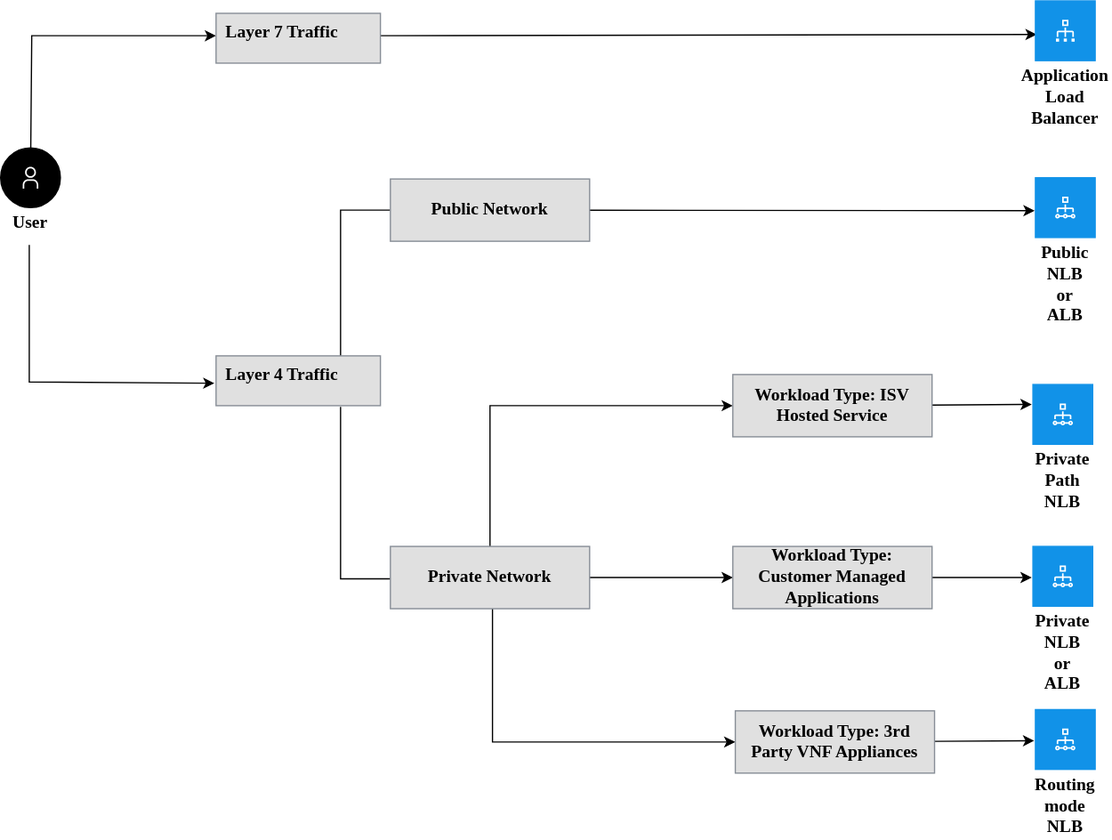
The draw.io diagram images/loadbalancer_decision_tree.svg in ibm-cloud-docs/vpc, before a commit. Source tidied: cells renumbered, new cells last; positions are measured from the earlier drawing's top-left corner, leaving out a move shared by most shapes.
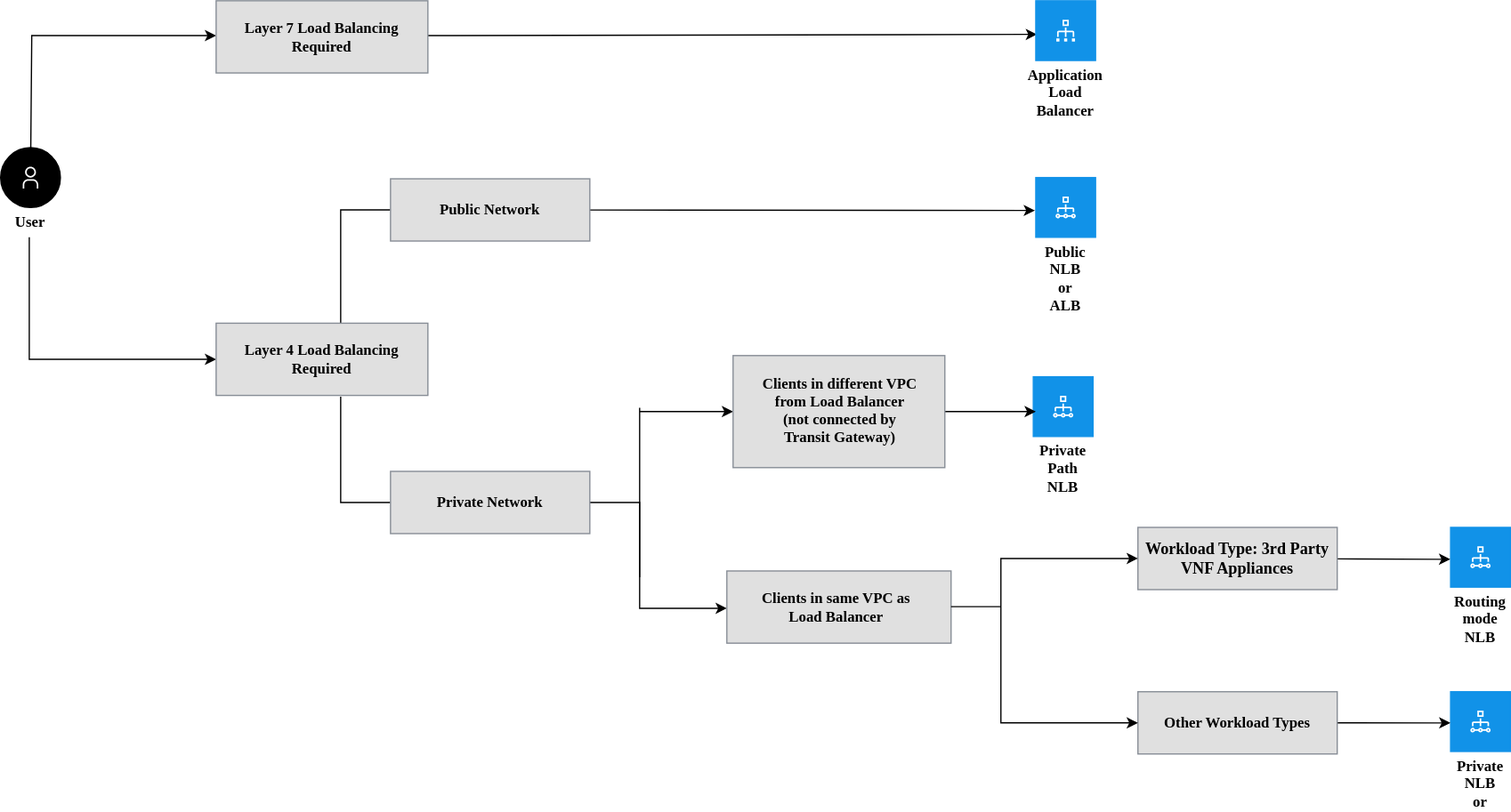
Later version of the same file.

What changed in the source:
```diff
@@ -4,4 +4,5 @@
     <mxCell id="1" parent="0" />
-    <mxCell id="2" style="endArrow=classic;html=1;rounded=0;fontColor=#000000;exitX=0.985;exitY=0.45;exitDx=0;exitDy=0;exitPerimeter=0;" parent="1" edge="1" source="13">
+    <mxCell id="2" style="endArrow=classic;html=1;rounded=0;fontColor=#000000;" parent="1" edge="1">
       <mxGeometry relative="1" as="geometry">
+        <mxPoint x="343" y="28" as="sourcePoint" />
         <mxPoint x="832" y="27" as="targetPoint" />
@@ -25,7 +26,7 @@
     </mxCell>
-    <mxCell id="5" style="endArrow=classic;html=1;rounded=0;fontColor=#000000;entryX=-0.01;entryY=0.55;entryDx=0;entryDy=0;entryPerimeter=0;" parent="1" edge="1" target="11">
+    <mxCell id="5" style="endArrow=classic;html=1;rounded=0;fontColor=#000000;entryX=0;entryY=0.5;entryDx=0;entryDy=0;" parent="1" edge="1" target="30">
       <mxGeometry relative="1" as="geometry">
-        <mxPoint x="23" y="196" as="sourcePoint" />
+        <mxPoint x="23" y="190" as="sourcePoint" />
         <Array as="points">
-          <mxPoint x="23" y="306" />
+          <mxPoint x="23" y="288" />
         </Array>
@@ -33,4 +34,4 @@
     </mxCell>
-    <object id="6" label="&lt;b style='font-weight:600'&gt;%Primary-Label%&lt;/b&gt;&lt;br&gt;%Secondary-Text%" Badge-Text="" Icon-Name="load-balancer--network" Primary-Label="Public NLB or ALB" Secondary-Text="" placeholders="1">
-      <mxCell style="shape=mxgraph.ibm.base;ibmType=nodep;ibmLayout=collapsed;strokeColor=#1192e8;fillColor=none;html=1;whiteSpace=wrap;fontFamily=IBM Plex Sans;fontSize=14;image=;align=center;verticalAlign=top;labelPosition=center;verticalLabelPosition=bottom;spacing=0;spacingLeft=16;spacingRight=16;spacingTop=0;spacingBottom=4;fontColor=#000000;" parent="1" vertex="1">
+    <object id="6" label="&lt;b style=&quot;font-weight: 600; font-size: 12px;&quot;&gt;%Primary-Label%&lt;/b&gt;&lt;br style=&quot;font-size: 12px;&quot;&gt;%Secondary-Text%" Badge-Text="" Icon-Name="load-balancer--network" Primary-Label="Public NLB or ALB" Secondary-Text="" placeholders="1">
+      <mxCell style="shape=mxgraph.ibm.base;ibmType=nodep;ibmLayout=collapsed;strokeColor=#1192e8;fillColor=none;html=1;whiteSpace=wrap;fontFamily=IBM Plex Sans;fontSize=12;image=;align=center;verticalAlign=top;labelPosition=center;verticalLabelPosition=bottom;spacing=0;spacingLeft=16;spacingRight=16;spacingTop=0;spacingBottom=4;fontColor=#000000;" parent="1" vertex="1">
         <mxGeometry x="831" y="142" width="48" height="48" as="geometry" />
@@ -38,19 +39,19 @@
     </object>
-    <object id="7" label="&lt;b style='font-weight:600'&gt;%Primary-Label%&lt;/b&gt;&lt;br&gt;%Secondary-Text%" Badge-Text="" Icon-Name="load-balancer--network" Primary-Label="Private NLB or ALB" Secondary-Text="" placeholders="1">
-      <mxCell style="shape=mxgraph.ibm.base;ibmType=nodep;ibmLayout=collapsed;strokeColor=#1192e8;fillColor=none;html=1;whiteSpace=wrap;fontFamily=IBM Plex Sans;fontSize=14;image=;align=center;verticalAlign=top;labelPosition=center;verticalLabelPosition=bottom;spacing=0;spacingLeft=16;spacingRight=16;spacingTop=0;spacingBottom=4;fontColor=#000000;" parent="1" vertex="1">
-        <mxGeometry x="829" y="438" width="48" height="48" as="geometry" />
+    <object id="7" label="&lt;b style=&quot;font-weight: 600; font-size: 12px;&quot;&gt;%Primary-Label%&lt;/b&gt;&lt;br style=&quot;font-size: 12px;&quot;&gt;%Secondary-Text%" Badge-Text="" Icon-Name="load-balancer--network" Primary-Label="Routing mode NLB" Secondary-Text="" placeholders="1">
+      <mxCell style="shape=mxgraph.ibm.base;ibmType=nodep;ibmLayout=collapsed;strokeColor=#1192e8;fillColor=none;html=1;whiteSpace=wrap;fontFamily=IBM Plex Sans;fontSize=12;image=;align=center;verticalAlign=top;labelPosition=center;verticalLabelPosition=bottom;spacing=0;spacingLeft=16;spacingRight=16;spacingTop=0;spacingBottom=4;fontColor=#000000;" parent="1" vertex="1">
+        <mxGeometry x="1164" y="423" width="48" height="48" as="geometry" />
       </mxCell>
     </object>
-    <object id="8" label="&lt;b style='font-weight:600'&gt;%Primary-Label%&lt;/b&gt;&lt;br&gt;%Secondary-Text%" Badge-Text="" Icon-Name="load-balancer--network" Primary-Label="Routing mode NLB" Secondary-Text="" placeholders="1">
-      <mxCell style="shape=mxgraph.ibm.base;ibmType=nodep;ibmLayout=collapsed;strokeColor=#1192e8;fillColor=none;html=1;whiteSpace=wrap;fontFamily=IBM Plex Sans;fontSize=14;image=;align=center;verticalAlign=top;labelPosition=center;verticalLabelPosition=bottom;spacing=0;spacingLeft=16;spacingRight=16;spacingTop=0;spacingBottom=4;fontColor=#000000;" parent="1" vertex="1">
-        <mxGeometry x="831" y="569" width="48" height="48" as="geometry" />
+    <object id="8" label="&lt;b style=&quot;font-weight: 600; font-size: 12px;&quot;&gt;%Primary-Label%&lt;/b&gt;&lt;br style=&quot;font-size: 12px;&quot;&gt;%Secondary-Text%" Badge-Text="" Icon-Name="load-balancer--network" Primary-Label="Private NLB or ALB" Secondary-Text="" placeholders="1">
+      <mxCell style="shape=mxgraph.ibm.base;ibmType=nodep;ibmLayout=collapsed;strokeColor=#1192e8;fillColor=none;html=1;whiteSpace=wrap;fontFamily=IBM Plex Sans;fontSize=12;image=;align=center;verticalAlign=top;labelPosition=center;verticalLabelPosition=bottom;spacing=0;spacingLeft=16;spacingRight=16;spacingTop=0;spacingBottom=4;fontColor=#000000;" parent="1" vertex="1">
+        <mxGeometry x="1164" y="555" width="48" height="48" as="geometry" />
       </mxCell>
     </object>
-    <object id="9" label="&lt;b style='font-weight:600'&gt;%Primary-Label%&lt;/b&gt;&lt;br&gt;%Secondary-Text%" Badge-Text="" Icon-Name="load-balancer--network" Primary-Label="Private Path NLB" Secondary-Text="" placeholders="1">
-      <mxCell style="shape=mxgraph.ibm.base;ibmType=nodep;ibmLayout=collapsed;strokeColor=#1192e8;fillColor=none;html=1;whiteSpace=wrap;fontFamily=IBM Plex Sans;fontSize=14;image=;align=center;verticalAlign=top;labelPosition=center;verticalLabelPosition=bottom;spacing=0;spacingLeft=16;spacingRight=16;spacingTop=0;spacingBottom=4;fontColor=#000000;" parent="1" vertex="1">
-        <mxGeometry x="829" y="308" width="48" height="48" as="geometry" />
+    <object id="9" label="&lt;b style=&quot;font-weight: 600; font-size: 12px;&quot;&gt;%Primary-Label%&lt;/b&gt;&lt;br style=&quot;font-size: 12px;&quot;&gt;%Secondary-Text%" Badge-Text="" Icon-Name="load-balancer--network" Primary-Label="Private Path NLB" Secondary-Text="" placeholders="1">
+      <mxCell style="shape=mxgraph.ibm.base;ibmType=nodep;ibmLayout=collapsed;strokeColor=#1192e8;fillColor=none;html=1;whiteSpace=wrap;fontFamily=IBM Plex Sans;fontSize=12;image=;align=center;verticalAlign=top;labelPosition=center;verticalLabelPosition=bottom;spacing=0;spacingLeft=16;spacingRight=16;spacingTop=0;spacingBottom=4;fontColor=#000000;" parent="1" vertex="1">
+        <mxGeometry x="829" y="302" width="48" height="48" as="geometry" />
       </mxCell>
     </object>
-    <object id="10" label="&lt;b style='font-weight:600'&gt;%Primary-Label%&lt;/b&gt;&lt;br&gt;%Secondary-Text%" Badge-Text="" Icon-Name="user" Primary-Label="User" Secondary-Text="" placeholders="1">
-      <mxCell style="shape=mxgraph.ibm.base;ibmType=actor;ibmLayout=collapsed;strokeColor=#000000;fillColor=none;html=1;whiteSpace=wrap;fontFamily=IBM Plex Sans;fontSize=14;image=;align=center;verticalAlign=top;labelPosition=center;verticalLabelPosition=bottom;spacing=0;spacingLeft=16;spacingRight=16;spacingTop=0;spacingBottom=4;" parent="1" vertex="1">
+    <object id="10" label="&lt;b style=&quot;font-weight: 600; font-size: 12px;&quot;&gt;%Primary-Label%&lt;/b&gt;&lt;br style=&quot;font-size: 12px;&quot;&gt;%Secondary-Text%" Badge-Text="" Icon-Name="user" Primary-Label="User" Secondary-Text="" placeholders="1">
+      <mxCell style="shape=mxgraph.ibm.base;ibmType=actor;ibmLayout=collapsed;strokeColor=#000000;fillColor=none;html=1;whiteSpace=wrap;fontFamily=IBM Plex Sans;fontSize=12;image=;align=center;verticalAlign=top;labelPosition=center;verticalLabelPosition=bottom;spacing=0;spacingLeft=16;spacingRight=16;spacingTop=0;spacingBottom=4;" parent="1" vertex="1">
         <mxGeometry y="118" width="48" height="48" as="geometry" />
@@ -58,7 +59,2 @@
     </object>
-    <object id="11" label="&lt;b style=&quot;font-weight:600&quot;&gt;%Legend-Title%&lt;/b&gt;" Legend-Title="Layer 4 Traffic" placeholders="1">
-      <mxCell style="shape=mxgraph.ibm.legend;ibmType=legendh;strokeColor=#878d96;fillColor=#E0E0E0;fontColor=#000000;html=1;whiteSpace=wrap;fontFamily=IBM Plex Sans;fontSize=14;stackUnitSize=16;allowGaps=0;stackFill=0;align=left;verticalAlign=middle;labelPosition=center;verticalLabelPosition=middle;spacing=0;spacingLeft=0;spacingRight=0;spacingTop=0;spacingBottom=0;noLabel=0;" parent="1" vertex="1">
-        <mxGeometry x="173" y="285" width="132" height="40" as="geometry" />
-      </mxCell>
-    </object>
     <mxCell id="12" style="endArrow=classic;html=1;rounded=0;fontColor=#000000;startArrow=none;entryX=-0.014;entryY=0.551;entryDx=0;entryDy=0;entryPerimeter=0;" parent="1" edge="1" source="26" target="6">
@@ -66,9 +62,4 @@
     </mxCell>
-    <object id="13" label="&lt;b style=&quot;font-weight:600&quot;&gt;%Legend-Title%&lt;/b&gt;" Legend-Title="Layer 7 Traffic" placeholders="1">
-      <mxCell style="shape=mxgraph.ibm.legend;ibmType=legendh;strokeColor=#878d96;fillColor=#E0E0E0;fontColor=#000000;html=1;whiteSpace=wrap;fontFamily=IBM Plex Sans;fontSize=14;stackUnitSize=16;allowGaps=0;stackFill=0;align=left;verticalAlign=middle;labelPosition=center;verticalLabelPosition=middle;spacing=0;spacingLeft=0;spacingRight=0;spacingTop=0;spacingBottom=0;noLabel=0;" parent="1" vertex="1">
-        <mxGeometry x="173" y="10" width="132" height="40" as="geometry" />
-      </mxCell>
-    </object>
-    <object id="14" label="&lt;b style='font-weight:600'&gt;%Primary-Label%&lt;/b&gt;&lt;br&gt;%Secondary-Text%" Badge-Text="" Icon-Name="load-balancer--classic" Primary-Label="Application Load Balancer" Secondary-Text="" placeholders="1">
-      <mxCell style="shape=mxgraph.ibm.base;ibmType=nodep;ibmLayout=collapsed;strokeColor=#1192e8;fillColor=none;html=1;whiteSpace=wrap;fontFamily=IBM Plex Sans;fontSize=14;image=;align=center;verticalAlign=top;labelPosition=center;verticalLabelPosition=bottom;spacing=0;spacingLeft=16;spacingRight=16;spacingTop=0;spacingBottom=4;" parent="1" vertex="1">
+    <object id="14" label="&lt;b style=&quot;font-weight: 600; font-size: 12px;&quot;&gt;%Primary-Label%&lt;/b&gt;&lt;br style=&quot;font-size: 12px;&quot;&gt;%Secondary-Text%" Badge-Text="" Icon-Name="load-balancer--classic" Primary-Label="Application Load Balancer" Secondary-Text="" placeholders="1">
+      <mxCell style="shape=mxgraph.ibm.base;ibmType=nodep;ibmLayout=collapsed;strokeColor=#1192e8;fillColor=none;html=1;whiteSpace=wrap;fontFamily=IBM Plex Sans;fontSize=12;image=;align=center;verticalAlign=top;labelPosition=center;verticalLabelPosition=bottom;spacing=0;spacingLeft=16;spacingRight=16;spacingTop=0;spacingBottom=4;" parent="1" vertex="1">
         <mxGeometry x="831" width="48" height="48" as="geometry" />
@@ -82,16 +73,14 @@
     </mxCell>
-    <mxCell id="16" style="edgeStyle=orthogonalEdgeStyle;rounded=0;jettySize=auto;html=1;entryX=0;entryY=0.5;entryDx=0;entryDy=0;" parent="1" edge="1" source="27" target="21">
-      <mxGeometry relative="1" as="geometry">
-        <Array as="points">
-          <mxPoint x="393" y="325" />
-        </Array>
-      </mxGeometry>
-    </mxCell>
-    <mxCell id="17" style="edgeStyle=orthogonalEdgeStyle;rounded=0;jettySize=auto;html=1;" parent="1" edge="1" source="27" target="23">
-      <mxGeometry relative="1" as="geometry" />
+    <mxCell id="17" style="edgeStyle=orthogonalEdgeStyle;rounded=0;jettySize=auto;html=1;endArrow=none;endFill=0;" parent="1" edge="1" source="27">
+      <mxGeometry relative="1" as="geometry">
+        <mxPoint x="513" y="463" as="targetPoint" />
+      </mxGeometry>
     </mxCell>
-    <mxCell id="18" style="edgeStyle=orthogonalEdgeStyle;rounded=0;jettySize=auto;html=1;entryX=0;entryY=0.5;entryDx=0;entryDy=0;fontSize=12;" parent="1" edge="1" source="27" target="25">
+    <mxCell id="18" style="edgeStyle=orthogonalEdgeStyle;rounded=0;jettySize=auto;html=1;fontSize=12;exitX=0;exitY=0.5;exitDx=0;exitDy=0;startArrow=classic;startFill=1;" parent="1" edge="1" source="32">
       <mxGeometry relative="1" as="geometry">
+        <mxPoint x="583" y="488" as="targetPoint" />
         <Array as="points">
-          <mxPoint x="395" y="595" />
+          <mxPoint x="513" y="327" />
+          <mxPoint x="513" y="488" />
+          <mxPoint x="573" y="488" />
         </Array>
@@ -99,8 +88,7 @@
     </mxCell>
-    <mxCell id="19" style="endArrow=classic;html=1;rounded=0;fontColor=#000000;exitX=0.5;exitY=1;exitDx=0;exitDy=0;entryX=0;entryY=0.5;entryDx=0;entryDy=0;" parent="1" edge="1">
+    <mxCell id="19" style="endArrow=none;html=1;rounded=0;fontColor=#000000;entryX=0;entryY=0.5;entryDx=0;entryDy=0;endFill=0;" parent="1" edge="1" target="27">
       <mxGeometry relative="1" as="geometry">
-        <mxPoint x="273" y="326" as="sourcePoint" />
-        <mxPoint x="378" y="464" as="targetPoint" />
+        <mxPoint x="273" y="318" as="sourcePoint" />
         <Array as="points">
-          <mxPoint x="273" y="464" />
+          <mxPoint x="273" y="403" />
         </Array>
@@ -108,32 +96,61 @@
     </mxCell>
-    <mxCell id="20" style="rounded=0;jettySize=auto;html=1;entryX=0;entryY=0.5;entryDx=0;entryDy=0;fontSize=12;" parent="1" edge="1" source="21">
-      <mxGeometry relative="1" as="geometry">
-        <mxPoint x="828" y="324" as="targetPoint" />
-      </mxGeometry>
+    <mxCell id="20" style="rounded=0;jettySize=auto;html=1;entryX=0.042;entryY=0.583;entryDx=0;entryDy=0;fontSize=12;exitX=1;exitY=0.5;exitDx=0;exitDy=0;entryPerimeter=0;" parent="1" edge="1" source="32" target="9">
+      <mxGeometry relative="1" as="geometry" />
     </mxCell>
-    <mxCell id="21" value="&lt;font face=&quot;IBM Plex Sans&quot;&gt;&lt;span style=&quot;font-size: 14px&quot;&gt;&lt;b&gt;Workload Type: ISV Hosted Service&lt;/b&gt;&lt;/span&gt;&lt;/font&gt;" style="rounded=0;whiteSpace=wrap;html=1;fillColor=#E0E0E0;strokeColor=#878D96;" parent="1" vertex="1">
-      <mxGeometry x="588" y="300" width="160" height="50" as="geometry" />
-    </mxCell>
-    <mxCell id="22" style="edgeStyle=none;rounded=0;jettySize=auto;html=1;fontSize=12;" parent="1" edge="1" source="23">
-      <mxGeometry relative="1" as="geometry">
-        <mxPoint x="828" y="463" as="targetPoint" />
-      </mxGeometry>
+    <mxCell id="22" style="edgeStyle=none;rounded=0;jettySize=auto;html=1;fontSize=12;entryX=-0.006;entryY=0.534;entryDx=0;entryDy=0;entryPerimeter=0;" parent="1" edge="1" source="23" target="7">
+      <mxGeometry relative="1" as="geometry" />
     </mxCell>
-    <mxCell id="23" value="&lt;font face=&quot;IBM Plex Sans&quot;&gt;&lt;span style=&quot;font-size: 14px&quot;&gt;&lt;b&gt;Workload Type: Customer Managed Applications&lt;/b&gt;&lt;/span&gt;&lt;/font&gt;" style="rounded=0;whiteSpace=wrap;html=1;fillColor=#E0E0E0;strokeColor=#878D96;" parent="1" vertex="1">
-      <mxGeometry x="588" y="438" width="160" height="50" as="geometry" />
+    <mxCell id="23" value="&lt;b style=&quot;font-family: &amp;quot;IBM Plex Sans&amp;quot;;&quot;&gt;&lt;font style=&quot;font-size: 13px;&quot;&gt;Workload Type: 3rd Party VNF Appliances&lt;/font&gt;&lt;/b&gt;" style="rounded=0;whiteSpace=wrap;html=1;fillColor=#E0E0E0;strokeColor=#878D96;" parent="1" vertex="1">
+      <mxGeometry x="913" y="423" width="160" height="50" as="geometry" />
     </mxCell>
-    <mxCell id="24" style="edgeStyle=none;rounded=0;jettySize=auto;html=1;entryX=0;entryY=0.5;entryDx=0;entryDy=0;fontSize=12;" parent="1" edge="1" source="25">
-      <mxGeometry relative="1" as="geometry">
-        <mxPoint x="830" y="594" as="targetPoint" />
-      </mxGeometry>
+    <mxCell id="24" style="edgeStyle=none;rounded=0;jettySize=auto;html=1;entryX=-0.003;entryY=0.522;entryDx=0;entryDy=0;fontSize=12;entryPerimeter=0;exitX=1;exitY=0.5;exitDx=0;exitDy=0;" parent="1" edge="1" source="25" target="8">
+      <mxGeometry relative="1" as="geometry" />
     </mxCell>
-    <mxCell id="25" value="&lt;font face=&quot;IBM Plex Sans&quot;&gt;&lt;span style=&quot;font-size: 14px&quot;&gt;&lt;b&gt;Workload Type: 3rd Party VNF Appliances&lt;/b&gt;&lt;/span&gt;&lt;/font&gt;" style="rounded=0;whiteSpace=wrap;html=1;fillColor=#E0E0E0;strokeColor=#878D96;" parent="1" vertex="1">
-      <mxGeometry x="590" y="570" width="160" height="50" as="geometry" />
+    <mxCell id="25" value="&lt;font size=&quot;1&quot; face=&quot;IBM Plex Sans&quot;&gt;&lt;b style=&quot;font-size: 12px;&quot;&gt;Other Workload Types&lt;/b&gt;&lt;/font&gt;" style="rounded=0;whiteSpace=wrap;html=1;fillColor=#E0E0E0;strokeColor=#878D96;" parent="1" vertex="1">
+      <mxGeometry x="913" y="555" width="160" height="50" as="geometry" />
     </mxCell>
-    <mxCell id="26" value="&lt;font face=&quot;IBM Plex Sans&quot; style=&quot;font-size: 14px&quot;&gt;&lt;b&gt;Public Network&lt;/b&gt;&lt;/font&gt;" style="rounded=0;whiteSpace=wrap;html=1;fillColor=#E0E0E0;strokeColor=#878D96;" parent="1" vertex="1">
+    <mxCell id="26" value="&lt;font size=&quot;1&quot; face=&quot;IBM Plex Sans&quot; style=&quot;&quot;&gt;&lt;b style=&quot;font-size: 12px;&quot;&gt;Public Network&lt;/b&gt;&lt;/font&gt;" style="rounded=0;whiteSpace=wrap;html=1;fillColor=#E0E0E0;strokeColor=#878D96;" parent="1" vertex="1">
       <mxGeometry x="313" y="143" width="160" height="50" as="geometry" />
     </mxCell>
-    <mxCell id="27" value="&lt;font face=&quot;IBM Plex Sans&quot; style=&quot;font-size: 14px;&quot;&gt;&lt;b&gt;Private Network&lt;/b&gt;&lt;/font&gt;" style="rounded=0;whiteSpace=wrap;html=1;fillColor=#E0E0E0;strokeColor=#878D96;" parent="1" vertex="1">
-      <mxGeometry x="313" y="438" width="160" height="50" as="geometry" />
+    <mxCell id="27" value="&lt;font size=&quot;1&quot; face=&quot;IBM Plex Sans&quot; style=&quot;&quot;&gt;&lt;b style=&quot;font-size: 12px;&quot;&gt;Private Network&lt;/b&gt;&lt;/font&gt;" style="rounded=0;whiteSpace=wrap;html=1;fillColor=#E0E0E0;strokeColor=#878D96;" parent="1" vertex="1">
+      <mxGeometry x="313" y="378" width="160" height="50" as="geometry" />
     </mxCell>
+    <mxCell id="28" style="rounded=0;whiteSpace=wrap;html=1;fillColor=#E0E0E0;strokeColor=#878D96;" parent="1" vertex="1">
+      <mxGeometry x="173" width="170" height="58" as="geometry" />
+    </mxCell>
+    <mxCell id="29" value="&lt;b&gt;Layer 7 Load Balancing Required&lt;/b&gt;" style="text;html=1;strokeColor=none;fillColor=none;align=center;verticalAlign=middle;whiteSpace=wrap;rounded=0;fontFamily=IBM Plex Sans;" parent="1" vertex="1">
+      <mxGeometry x="193" y="14" width="130" height="30" as="geometry" />
+    </mxCell>
+    <mxCell id="30" style="rounded=0;whiteSpace=wrap;html=1;fillColor=#E0E0E0;strokeColor=#878D96;" parent="1" vertex="1">
+      <mxGeometry x="173" y="259" width="170" height="58" as="geometry" />
+    </mxCell>
+    <mxCell id="31" value="&lt;b&gt;Layer 4 Load Balancing Required&lt;/b&gt;" style="text;html=1;strokeColor=none;fillColor=none;align=center;verticalAlign=middle;whiteSpace=wrap;rounded=0;fontFamily=IBM Plex Sans;" parent="1" vertex="1">
+      <mxGeometry x="193" y="273" width="130" height="30" as="geometry" />
+    </mxCell>
+    <mxCell id="32" style="rounded=0;whiteSpace=wrap;html=1;fillColor=#E0E0E0;strokeColor=#878D96;" parent="1" vertex="1">
+      <mxGeometry x="588" y="285" width="170" height="90" as="geometry" />
+    </mxCell>
+    <mxCell id="33" value="&lt;b&gt;Clients in different VPC from Load Balancer &lt;br&gt;(not connected by Transit Gateway)&lt;/b&gt;" style="text;html=1;strokeColor=none;fillColor=none;align=center;verticalAlign=middle;whiteSpace=wrap;rounded=0;fontFamily=IBM Plex Sans;" parent="1" vertex="1">
+      <mxGeometry x="609" y="314" width="130" height="30" as="geometry" />
+    </mxCell>
+    <mxCell id="34" style="rounded=0;whiteSpace=wrap;html=1;fillColor=#E0E0E0;strokeColor=#878D96;" parent="1" vertex="1">
+      <mxGeometry x="583" y="458" width="180" height="58" as="geometry" />
+    </mxCell>
+    <mxCell id="35" value="&lt;b&gt;Clients in same VPC as Load Balancer&lt;/b&gt;" style="text;html=1;strokeColor=none;fillColor=none;align=center;verticalAlign=middle;whiteSpace=wrap;rounded=0;fontFamily=IBM Plex Sans;" parent="1" vertex="1">
+      <mxGeometry x="606" y="472" width="130" height="30" as="geometry" />
+    </mxCell>
+    <mxCell id="36" style="edgeStyle=orthogonalEdgeStyle;rounded=0;orthogonalLoop=1;jettySize=auto;html=1;endArrow=none;endFill=0;" parent="1" edge="1">
+      <mxGeometry relative="1" as="geometry">
+        <mxPoint x="763" y="486.7" as="sourcePoint" />
+        <mxPoint x="803" y="486.7" as="targetPoint" />
+      </mxGeometry>
+    </mxCell>
+    <mxCell id="37" style="edgeStyle=orthogonalEdgeStyle;rounded=0;jettySize=auto;html=1;startArrow=classic;startFill=1;exitX=0;exitY=0.5;exitDx=0;exitDy=0;entryX=0;entryY=0.5;entryDx=0;entryDy=0;" parent="1" edge="1" source="25" target="23">
+      <mxGeometry relative="1" as="geometry">
+        <Array as="points">
+          <mxPoint x="803" y="580" />
+          <mxPoint x="803" y="448" />
+        </Array>
+      </mxGeometry>
+    </mxCell>
   </root>
```
